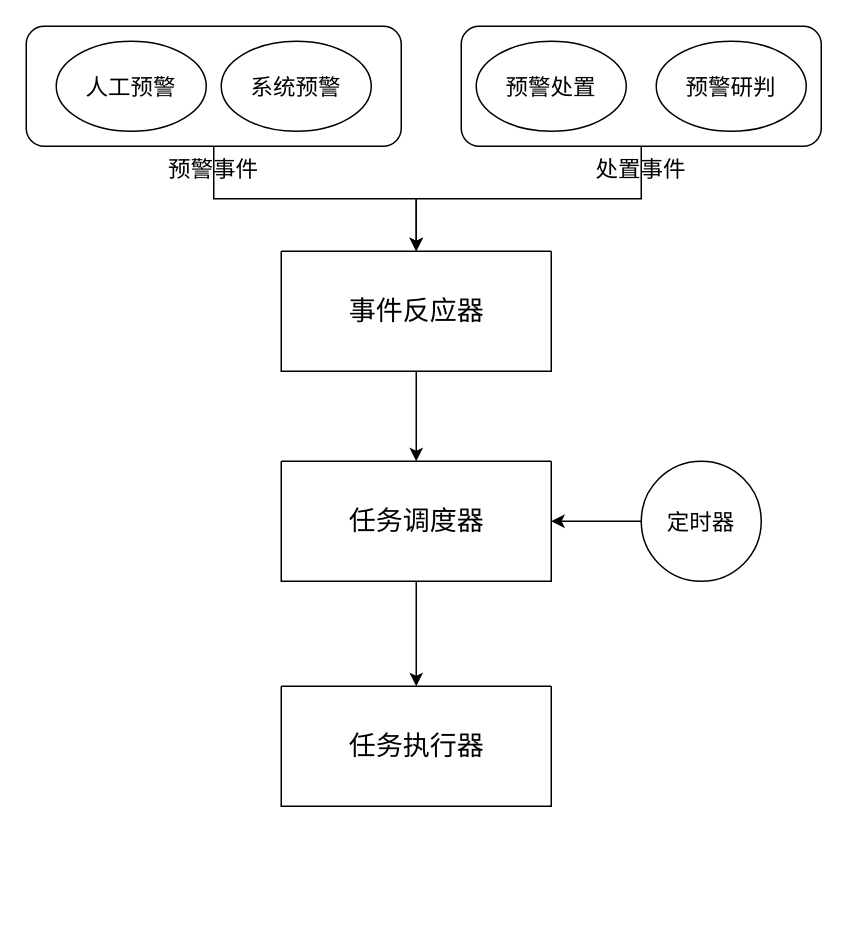
Above: 触达管理流程.drawio in shoacom/docs (draw.io), before the change. Source tidied: cells renumbered, new cells numbered last; positions are measured from the earlier drawing's top-left corner, leaving out a move shared by most shapes. Both pictures are drawn from the tidied source at 150%, with x=0, y=0 at pixel (26, 26).
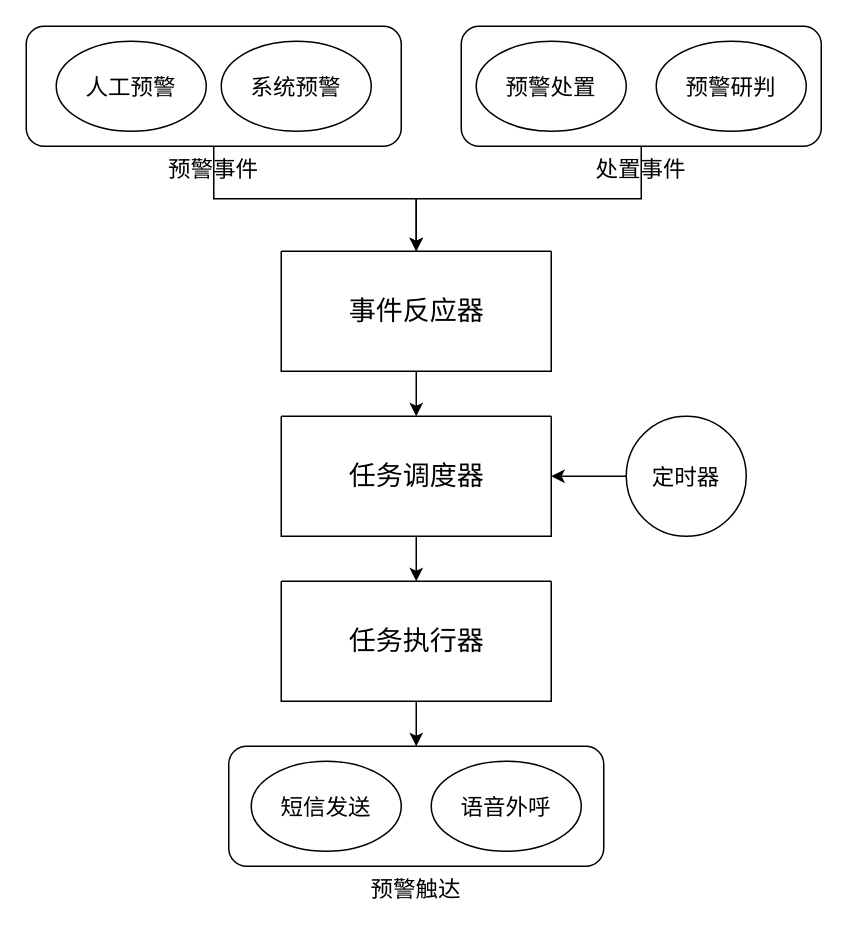
After the change.

Commit message (it also covers changes not shown here):
Update 触达管理流程.drawio

Diff of the diagram source:
```diff
@@
     <mxCell id="3" style="swimlane;startSize=0;fontColor=default;strokeColor=default;fillColor=default;" parent="1" vertex="1">
-      <mxGeometry x="170" y="290" width="180" height="80" as="geometry" />
+      <mxGeometry x="170" y="260" width="180" height="80" as="geometry" />
     </mxCell>
@@
+    <mxCell id="20" style="edgeStyle=orthogonalEdgeStyle;rounded=0;jettySize=auto;html=1;exitX=0.5;exitY=1;exitDx=0;exitDy=0;entryX=0.5;entryY=0;entryDx=0;entryDy=0;labelBackgroundColor=default;fontSize=15;fontColor=default;strokeColor=default;" parent="1" edge="1" source="15" target="21">
+      <mxGeometry relative="1" as="geometry" />
+    </mxCell>
     <mxCell id="15" style="swimlane;startSize=0;fontColor=default;strokeColor=default;fillColor=default;" parent="1" vertex="1">
-      <mxGeometry x="170" y="440" width="180" height="80" as="geometry" />
+      <mxGeometry x="170" y="370" width="180" height="80" as="geometry" />
     </mxCell>
@@
     <mxCell id="18" value="定时器" style="ellipse;whiteSpace=wrap;html=1;fontSize=15;fontColor=default;strokeColor=default;fillColor=default;" parent="1" vertex="1">
-      <mxGeometry x="410" y="290" width="80" height="80" as="geometry" />
+      <mxGeometry x="400" y="260" width="80" height="80" as="geometry" />
     </mxCell>
@@
+    <mxCell id="21" value="预警触达" style="rounded=1;whiteSpace=wrap;html=1;fontSize=15;fontColor=default;strokeColor=default;fillColor=default;labelPosition=center;verticalLabelPosition=bottom;align=center;verticalAlign=top;" parent="1" vertex="1">
+      <mxGeometry x="135" y="480" width="250" height="80" as="geometry" />
+    </mxCell>
+    <mxCell id="22" value="短信发送" style="ellipse;whiteSpace=wrap;html=1;fontSize=15;fontColor=default;strokeColor=default;fillColor=default;" parent="1" vertex="1">
+      <mxGeometry x="150" y="490" width="100" height="60" as="geometry" />
+    </mxCell>
+    <mxCell id="23" value="语音外呼" style="ellipse;whiteSpace=wrap;html=1;fontSize=15;fontColor=default;strokeColor=default;fillColor=default;" parent="1" vertex="1">
+      <mxGeometry x="270" y="490" width="100" height="60" as="geometry" />
+    </mxCell>
```
